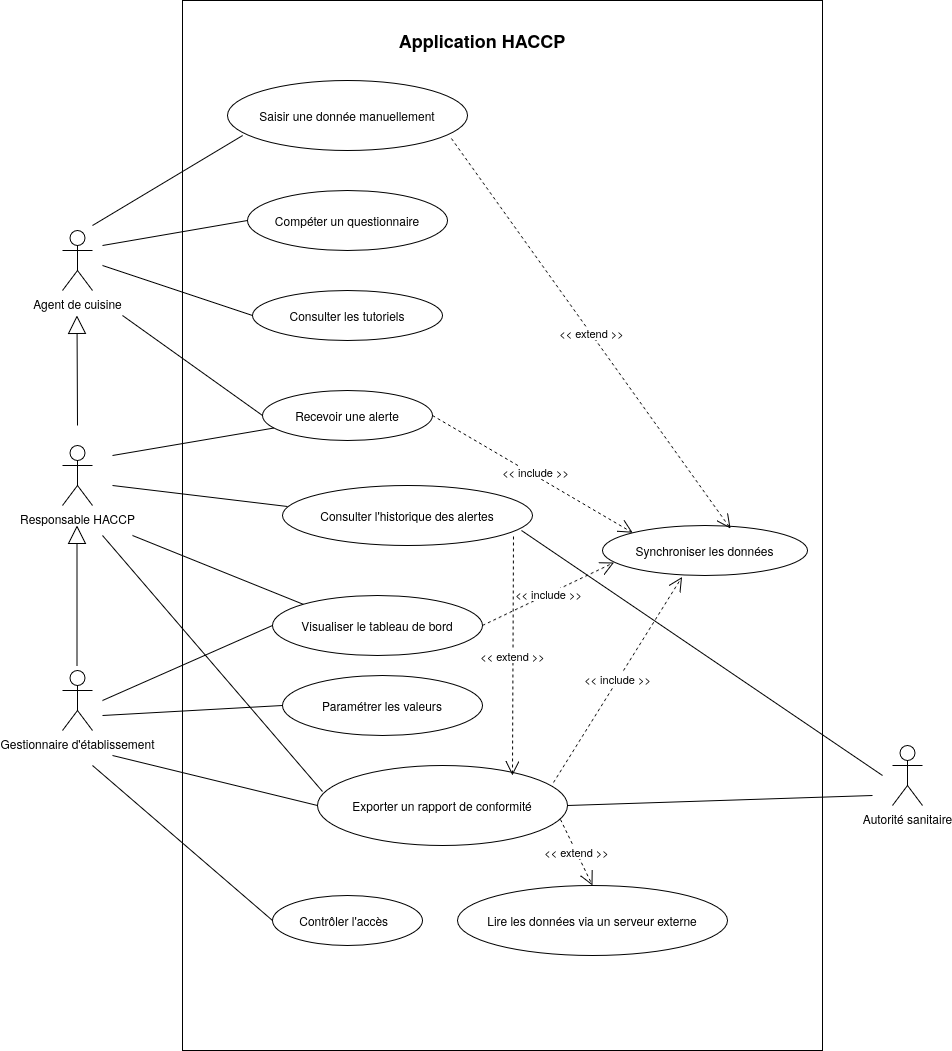
Above: cahier_des_charges/img/diagramme_usecase.png in kewanfr/S205Cdc (draw.io), before the change. Source tidied: cells renumbered, new cells last; positions are measured from the earlier drawing's top-left corner, leaving out a move shared by most shapes.
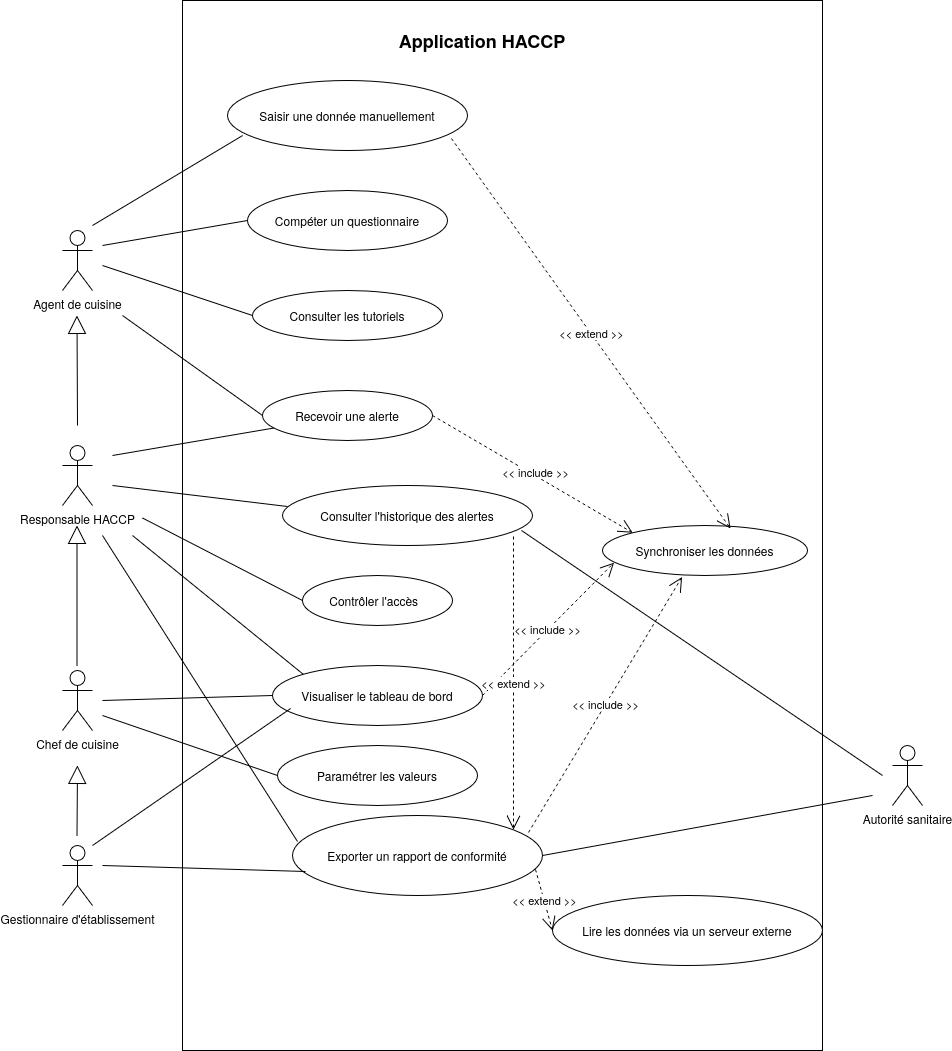
The same file after the commit.

Commit message:
etude des projets voisins + modification dcu

What changed in the source:
```diff
@@ -18,16 +18,16 @@
       <mxGeometry x="200" y="390" width="170" height="50" as="geometry" />
     </mxCell>
     <mxCell id="7" value="Contrôler l'accès&amp;nbsp;&amp;nbsp;" style="ellipse;whiteSpace=wrap;html=1;align=center;newEdgeStyle={&quot;edgeStyle&quot;:&quot;entityRelationEdgeStyle&quot;,&quot;startArrow&quot;:&quot;none&quot;,&quot;endArrow&quot;:&quot;none&quot;,&quot;segment&quot;:10,&quot;curved&quot;:1,&quot;sourcePerimeterSpacing&quot;:0,&quot;targetPerimeterSpacing&quot;:0};" parent="1" vertex="1">
-      <mxGeometry x="210" y="895" width="150" height="50" as="geometry" />
+      <mxGeometry x="240" y="575" width="150" height="50" as="geometry" />
     </mxCell>
     <mxCell id="8" value="Paramétrer les valeurs" style="ellipse;whiteSpace=wrap;html=1;align=center;newEdgeStyle={&quot;edgeStyle&quot;:&quot;entityRelationEdgeStyle&quot;,&quot;startArrow&quot;:&quot;none&quot;,&quot;endArrow&quot;:&quot;none&quot;,&quot;segment&quot;:10,&quot;curved&quot;:1,&quot;sourcePerimeterSpacing&quot;:0,&quot;targetPerimeterSpacing&quot;:0};" parent="1" vertex="1">
-      <mxGeometry x="220" y="675" width="200" height="60" as="geometry" />
+      <mxGeometry x="215" y="745" width="200" height="60" as="geometry" />
     </mxCell>
     <mxCell id="9" value="Visualiser le tableau de bord" style="ellipse;whiteSpace=wrap;html=1;align=center;newEdgeStyle={&quot;edgeStyle&quot;:&quot;entityRelationEdgeStyle&quot;,&quot;startArrow&quot;:&quot;none&quot;,&quot;endArrow&quot;:&quot;none&quot;,&quot;segment&quot;:10,&quot;curved&quot;:1,&quot;sourcePerimeterSpacing&quot;:0,&quot;targetPerimeterSpacing&quot;:0};" parent="1" vertex="1">
-      <mxGeometry x="210" y="595" width="210" height="60" as="geometry" />
+      <mxGeometry x="210" y="665" width="210" height="60" as="geometry" />
     </mxCell>
     <mxCell id="10" value="Exporter un rapport de conformité" style="ellipse;whiteSpace=wrap;html=1;align=center;newEdgeStyle={&quot;edgeStyle&quot;:&quot;entityRelationEdgeStyle&quot;,&quot;startArrow&quot;:&quot;none&quot;,&quot;endArrow&quot;:&quot;none&quot;,&quot;segment&quot;:10,&quot;curved&quot;:1,&quot;sourcePerimeterSpacing&quot;:0,&quot;targetPerimeterSpacing&quot;:0};" parent="1" vertex="1">
-      <mxGeometry x="255" y="765" width="250" height="80" as="geometry" />
+      <mxGeometry x="230" y="815" width="250" height="80" as="geometry" />
     </mxCell>
     <mxCell id="11" value="Consulter l'historique des alertes" style="ellipse;whiteSpace=wrap;html=1;align=center;newEdgeStyle={&quot;edgeStyle&quot;:&quot;entityRelationEdgeStyle&quot;,&quot;startArrow&quot;:&quot;none&quot;,&quot;endArrow&quot;:&quot;none&quot;,&quot;segment&quot;:10,&quot;curved&quot;:1,&quot;sourcePerimeterSpacing&quot;:0,&quot;targetPerimeterSpacing&quot;:0};" parent="1" vertex="1">
       <mxGeometry x="220" y="485" width="250" height="60" as="geometry" />
@@ -36,7 +36,7 @@
       <mxGeometry x="540" y="525" width="205" height="50" as="geometry" />
     </mxCell>
     <mxCell id="13" value="Lire les données via un serveur externe" style="ellipse;whiteSpace=wrap;html=1;align=center;newEdgeStyle={&quot;edgeStyle&quot;:&quot;entityRelationEdgeStyle&quot;,&quot;startArrow&quot;:&quot;none&quot;,&quot;endArrow&quot;:&quot;none&quot;,&quot;segment&quot;:10,&quot;curved&quot;:1,&quot;sourcePerimeterSpacing&quot;:0,&quot;targetPerimeterSpacing&quot;:0};" parent="1" vertex="1">
-      <mxGeometry x="395" y="885" width="270" height="70" as="geometry" />
+      <mxGeometry x="490" y="895" width="270" height="70" as="geometry" />
     </mxCell>
     <mxCell id="14" value="&amp;lt;&amp;lt; include &amp;gt;&amp;gt;" style="endArrow=open;endSize=12;dashed=1;html=1;rounded=0;entryX=0;entryY=0;entryDx=0;entryDy=0;exitX=1;exitY=0.5;exitDx=0;exitDy=0;" parent="1" edge="1" source="6" target="12">
       <mxGeometry x="0.01" y="3" relative="1" as="geometry" />
@@ -47,12 +47,10 @@
     <mxCell id="16" value="&amp;lt;&amp;lt; include &amp;gt;&amp;gt;" style="endArrow=open;endSize=12;dashed=1;html=1;rounded=0;exitX=1;exitY=0.5;exitDx=0;exitDy=0;entryX=0.056;entryY=0.743;entryDx=0;entryDy=0;entryPerimeter=0;" parent="1" edge="1" source="9" target="12">
       <mxGeometry relative="1" as="geometry" />
     </mxCell>
-    <mxCell id="17" value="&amp;lt;&amp;lt; extend &amp;gt;&amp;gt;" style="endArrow=open;endSize=12;dashed=1;html=1;rounded=0;exitX=0.924;exitY=0.85;exitDx=0;exitDy=0;exitPerimeter=0;" parent="1" edge="1" source="11">
-      <mxGeometry relative="1" as="geometry">
-        <mxPoint x="450" y="775" as="targetPoint" />
-      </mxGeometry>
+    <mxCell id="17" value="&amp;lt;&amp;lt; extend &amp;gt;&amp;gt;" style="endArrow=open;endSize=12;dashed=1;html=1;rounded=0;exitX=0.924;exitY=0.85;exitDx=0;exitDy=0;exitPerimeter=0;entryX=0.884;entryY=0.175;entryDx=0;entryDy=0;entryPerimeter=0;" parent="1" edge="1" source="11" target="10">
+      <mxGeometry relative="1" as="geometry" />
     </mxCell>
-    <mxCell id="18" value="&amp;lt;&amp;lt; extend &amp;gt;&amp;gt;" style="endArrow=open;endSize=12;dashed=1;html=1;rounded=0;exitX=0.972;exitY=0.675;exitDx=0;exitDy=0;entryX=0.5;entryY=0;entryDx=0;entryDy=0;exitPerimeter=0;" parent="1" edge="1" source="10" target="13">
+    <mxCell id="18" value="&amp;lt;&amp;lt; extend &amp;gt;&amp;gt;" style="endArrow=open;endSize=12;dashed=1;html=1;rounded=0;exitX=0.972;exitY=0.675;exitDx=0;exitDy=0;entryX=0;entryY=0.5;entryDx=0;entryDy=0;exitPerimeter=0;" parent="1" edge="1" source="10" target="13">
       <mxGeometry relative="1" as="geometry" />
     </mxCell>
     <mxCell id="19" value="&amp;lt;&amp;lt; extend &amp;gt;&amp;gt;" style="endArrow=open;endSize=12;dashed=1;html=1;rounded=0;exitX=0.933;exitY=0.829;exitDx=0;exitDy=0;exitPerimeter=0;entryX=0.624;entryY=0.06;entryDx=0;entryDy=0;entryPerimeter=0;" parent="1" edge="1" source="3" target="12">
@@ -107,14 +105,9 @@
         <mxPoint x="50" y="485" as="sourcePoint" />
       </mxGeometry>
     </mxCell>
-    <mxCell id="31" value="Gestionnaire d'établissement" style="shape=umlActor;verticalLabelPosition=bottom;verticalAlign=top;html=1;" parent="1" vertex="1">
+    <mxCell id="31" value="Chef de cuisine" style="shape=umlActor;verticalLabelPosition=bottom;verticalAlign=top;html=1;" parent="1" vertex="1">
       <mxGeometry y="670" width="30" height="60" as="geometry" />
     </mxCell>
-    <mxCell id="32" style="endArrow=none;html=1;rounded=0;exitX=0;exitY=0.5;exitDx=0;exitDy=0;" parent="1" edge="1" source="7">
-      <mxGeometry relative="1" as="geometry">
-        <mxPoint x="30" y="765" as="targetPoint" />
-      </mxGeometry>
-    </mxCell>
     <mxCell id="33" style="endArrow=none;html=1;rounded=0;exitX=0;exitY=0.5;exitDx=0;exitDy=0;" parent="1" edge="1" source="8">
       <mxGeometry relative="1" as="geometry">
         <mxPoint x="40" y="715" as="targetPoint" />
@@ -125,11 +118,6 @@
         <mxPoint x="40" y="700" as="sourcePoint" />
       </mxGeometry>
     </mxCell>
-    <mxCell id="35" style="endArrow=none;html=1;rounded=0;exitX=0;exitY=0.5;exitDx=0;exitDy=0;" parent="1" edge="1" source="10">
-      <mxGeometry relative="1" as="geometry">
-        <mxPoint x="50" y="755" as="targetPoint" />
-      </mxGeometry>
-    </mxCell>
     <mxCell id="36" style="endArrow=block;endSize=16;endFill=0;html=1;rounded=0;" parent="1" edge="1">
       <mxGeometry relative="1" as="geometry">
         <mxPoint x="14.5" y="665" as="sourcePoint" />
@@ -155,5 +143,29 @@
         <mxPoint x="810" y="795" as="targetPoint" />
       </mxGeometry>
     </mxCell>
+    <mxCell id="41" value="Gestionnaire d'établissement" style="shape=umlActor;verticalLabelPosition=bottom;verticalAlign=top;html=1;" parent="1" vertex="1">
+      <mxGeometry y="845" width="30" height="60" as="geometry" />
+    </mxCell>
+    <mxCell id="42" style="endArrow=block;endSize=16;endFill=0;html=1;rounded=0;" parent="1" edge="1">
+      <mxGeometry relative="1" as="geometry">
+        <mxPoint x="14.5" y="835" as="sourcePoint" />
+        <mxPoint x="15" y="765" as="targetPoint" />
+      </mxGeometry>
+    </mxCell>
+    <mxCell id="43" style="endArrow=none;html=1;rounded=0;exitX=0.086;exitY=0.717;exitDx=0;exitDy=0;exitPerimeter=0;" parent="1" edge="1" source="9">
+      <mxGeometry relative="1" as="geometry">
+        <mxPoint x="30" y="845" as="targetPoint" />
+      </mxGeometry>
+    </mxCell>
+    <mxCell id="44" style="endArrow=none;html=1;rounded=0;exitX=0.052;exitY=0.7;exitDx=0;exitDy=0;exitPerimeter=0;" parent="1" edge="1" source="10">
+      <mxGeometry relative="1" as="geometry">
+        <mxPoint x="40" y="865" as="targetPoint" />
+      </mxGeometry>
+    </mxCell>
+    <mxCell id="45" style="endArrow=none;html=1;rounded=0;entryX=0;entryY=0.5;entryDx=0;entryDy=0;" parent="1" edge="1" target="7">
+      <mxGeometry relative="1" as="geometry">
+        <mxPoint x="80" y="517.5" as="sourcePoint" />
+      </mxGeometry>
+    </mxCell>
   </root>
 </mxGraphModel>
```
